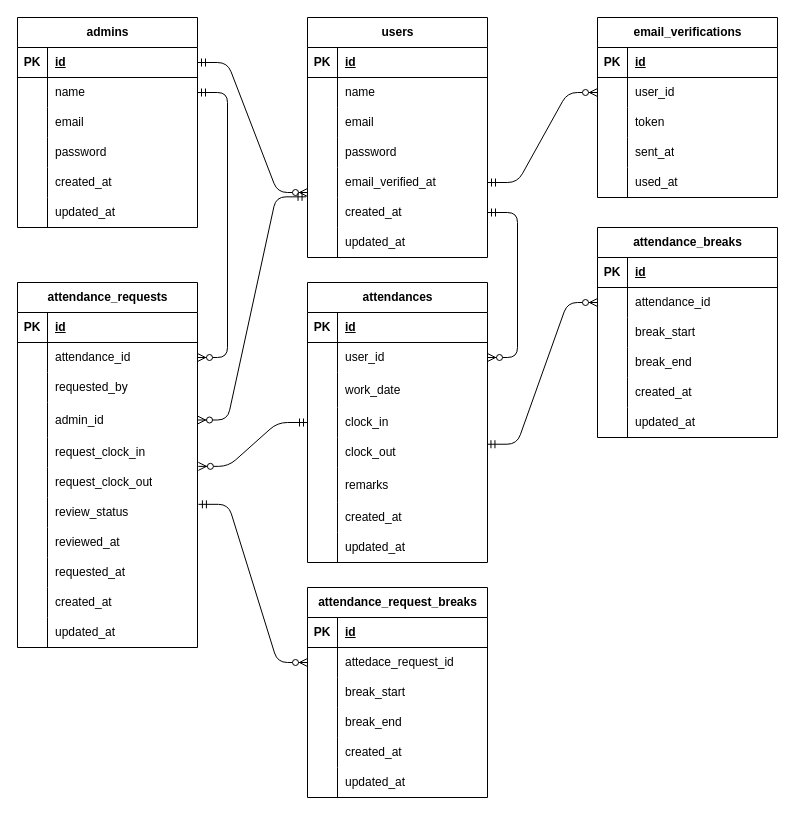
sekirubeg/am-mogi keeps this draw.io diagram as ER.dio. Above is the earlier version. Source tidied: cells renumbered, new cells numbered last; positions are measured from the earlier drawing's top-left corner, leaving out a move shared by most shapes. Both pictures are drawn from the tidied source at 100%, with x=0, y=0 at pixel (17, 17).
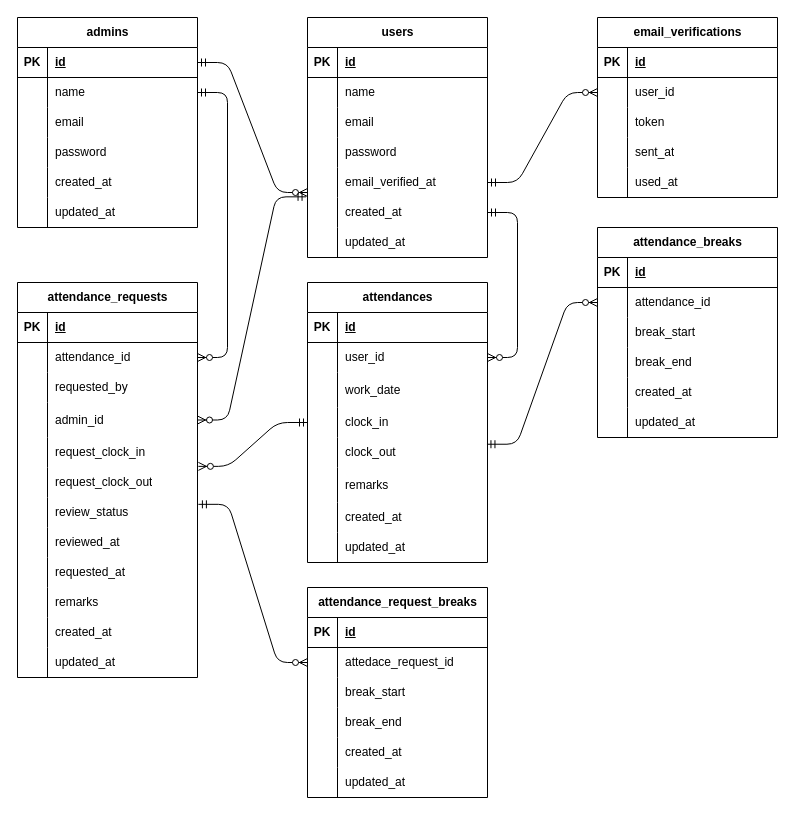
The same diagram, later.

What changed in the source:
```diff
@@
     <mxCell id="103" value="attendance_requests" style="shape=table;startSize=30;childLayout=tableLayout;rowLines=0;fontStyle=1;align=center;html=1;" parent="1" vertex="1">
-      <mxGeometry y="265" width="180" height="365" as="geometry" />
+      <mxGeometry y="265" width="180" height="395" as="geometry" />
     </mxCell>
@@
+    <mxCell id="164" style="shape=tableRow;horizontal=0;startSize=0;swimlaneHead=0;swimlaneBody=0;fillColor=none;top=0;left=0;right=0;bottom=0;" parent="103" vertex="1">
+      <mxGeometry y="305" width="180" height="30" as="geometry" />
+    </mxCell>
+    <mxCell id="165" style="shape=partialRectangle;fillColor=none;top=0;left=0;bottom=0;right=0;overflow=hidden;whiteSpace=wrap;html=1;" parent="164" vertex="1">
+      <mxGeometry width="30" height="30" as="geometry" />
+    </mxCell>
+    <mxCell id="166" value="remarks" style="shape=partialRectangle;fillColor=none;top=0;left=0;bottom=0;right=0;align=left;spacingLeft=6;overflow=hidden;whiteSpace=wrap;html=1;" parent="164" vertex="1">
+      <mxGeometry x="30" width="150" height="30" as="geometry" />
+    </mxCell>
     <mxCell id="131" style="shape=tableRow;horizontal=0;startSize=0;swimlaneHead=0;swimlaneBody=0;fillColor=none;top=0;left=0;right=0;bottom=0;" parent="103" vertex="1">
-      <mxGeometry y="305" width="180" height="30" as="geometry" />
+      <mxGeometry y="335" width="180" height="30" as="geometry" />
     </mxCell>
@@
     <mxCell id="134" style="shape=tableRow;horizontal=0;startSize=0;swimlaneHead=0;swimlaneBody=0;fillColor=none;top=0;left=0;right=0;bottom=0;" parent="103" vertex="1">
-      <mxGeometry y="335" width="180" height="30" as="geometry" />
+      <mxGeometry y="365" width="180" height="30" as="geometry" />
     </mxCell>
```
